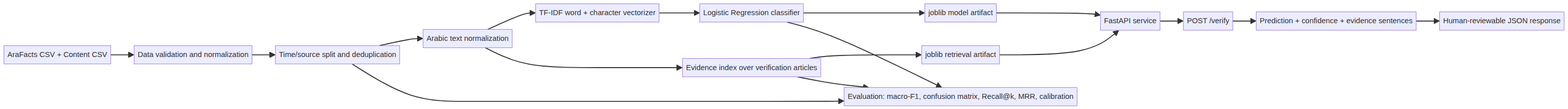
Above: docs/architecture.png in ateeqdesktop-dot/mizan-claim-verifier (Mermaid), before the change. Its source is kept beside it as docs/architecture.mmd. Source of this version:
```mermaid
flowchart LR
    A["AraFacts CSV + Content CSV"] --> B["Data validation and normalization"]
    B --> C["Time/source split and deduplication"]
    C --> D["Arabic text normalization"]
    D --> E["TF-IDF word + character vectorizer"]
    E --> F["Logistic Regression classifier"]
    D --> G["Evidence index over verification articles"]
    F --> H["joblib model artifact"]
    G --> I["joblib retrieval artifact"]
    H --> J["FastAPI service"]
    I --> J
    J --> K["POST /verify"]
    K --> L["Prediction + confidence + evidence sentences"]
    L --> M["Human-reviewable JSON response"]
    C --> N["Evaluation: macro-F1, confusion matrix, Recall@k, MRR, calibration"]
    F --> N
    G --> N
```
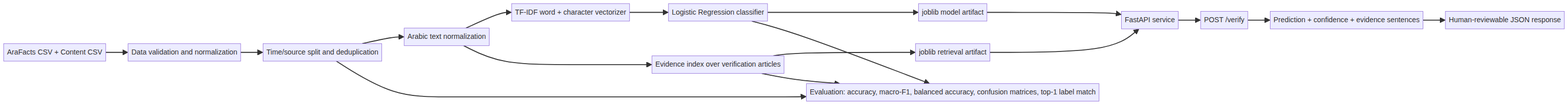
The same file after the commit.

The edit, as a diff of the source:
```diff
@@ -12,6 +12,6 @@
     J --> K["POST /verify"]
     K --> L["Prediction + confidence + evidence sentences"]
     L --> M["Human-reviewable JSON response"]
-    C --> N["Evaluation: macro-F1, confusion matrix, Recall@k, MRR, calibration"]
+    C --> N["Evaluation: accuracy, macro-F1, balanced accuracy, confusion matrices, top-1 label match"]
     F --> N
     G --> N
```
